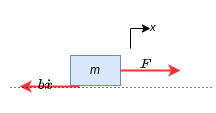
This is colabImages/Tutorial1/Tutorial1_FBD.drawio.png from sasupe/DIY-Controls, a draw.io export, as it was before one commit. Source tidied: cells renumbered, new cells last; positions are measured from the earlier drawing's top-left corner, leaving out a move shared by most shapes.
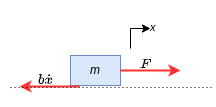
Above is the later version.

What changed in the source:
```diff
@@ -32,8 +32,8 @@
         <mxPoint x="214" y="87" as="targetPoint" />
       </mxGeometry>
     </mxCell>
-    <mxCell id="7" value="&lt;span style=&quot;text-align: left;&quot;&gt;$$b\dot{x}$$&lt;br&gt;&lt;/span&gt;" style="text;html=1;align=center;verticalAlign=middle;strokeColor=none;fillColor=none;" parent="1" vertex="1">
-      <mxGeometry y="70" width="90" height="30" as="geometry" />
+    <mxCell id="7" value="&lt;span style=&quot;text-align: left;&quot;&gt;$$b\dot{x}$$&lt;br&gt;&lt;/span&gt;" style="text;html=1;align=center;verticalAlign=middle;strokeColor=none;fillColor=none;shadow=0;" parent="1" vertex="1">
+      <mxGeometry y="65" width="90" height="30" as="geometry" />
     </mxCell>
     <mxCell id="8" value="&lt;span style=&quot;color: rgba(0, 0, 0, 0); font-family: monospace; font-size: 0px; text-align: start;&quot;&gt;%3CmxGraphModel%3E%3Croot%3E%3CmxCell%20id%3D%220%22%2F%3E%3CmxCell%20id%3D%221%22%20parent%3D%220%22%2F%3E%3CmxCell%20id%3D%222%22%20value%3D%22%26lt%3Bspan%20style%3D%26quot%3Btext-align%3A%20left%3B%26quot%3B%26gt%3B%24%24b%5Cdot%7Bx%7D%24%24%26lt%3Bbr%26gt%3B%26lt%3B%2Fspan%26gt%3B%22%20style%3D%22text%3Bhtml%3D1%3Balign%3Dcenter%3BverticalAlign%3Dmiddle%3Bresizable%3D0%3Bpoints%3D%5B%5D%3Bautosize%3D1%3BstrokeColor%3Dnone%3BfillColor%3Dnone%3B%22%20vertex%3D%221%22%20parent%3D%221%22%3E%3CmxGeometry%20x%3D%22315%22%20y%3D%22277%22%20width%3D%2290%22%20height%3D%2230%22%20as%3D%22geometry%22%2F%3E%3C%2FmxCell%3E%3C%2Froot%3E%3C%2FmxGraphModel%3E&lt;/span&gt;" style="text;html=1;align=center;verticalAlign=middle;strokeColor=none;fillColor=none;" parent="1" vertex="1">
       <mxGeometry x="60" width="20" height="30" as="geometry" />
```
